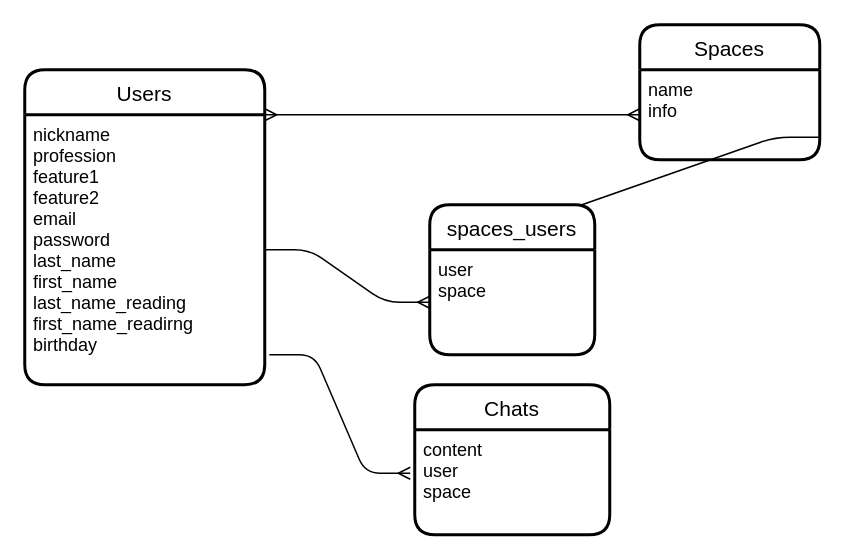
Above: entity-relation.dio in tomohiro441/make_space_for_u (draw.io), before the change. Source tidied: cells renumbered, new cells numbered last; positions are measured from the earlier drawing's top-left corner, leaving out a move shared by most shapes. Both pictures are drawn from the tidied source at 150%, with x=0, y=0 at pixel (24, 24).
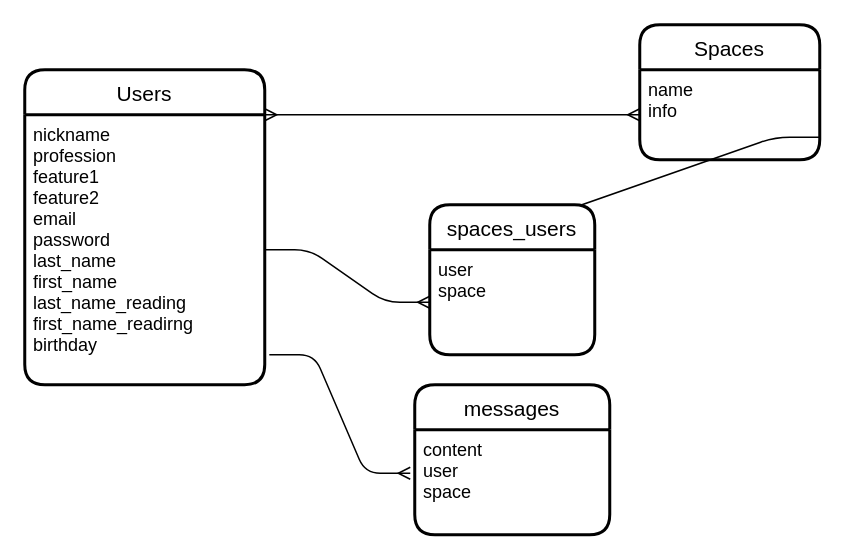
The same page after the edit.

Change to the diagram source:
```diff
@@
 <mxGraphModel>
   <root>
     <mxCell id="0" />
     <mxCell id="1" parent="0" />
     <mxCell id="2" value="Users" style="swimlane;horizontal=1;startSize=30;rounded=1;fontSize=14;fontStyle=0;strokeWidth=2;shadow=0;dashed=0;align=center;" parent="1" vertex="1">
       <mxGeometry y="30" width="160" height="210" as="geometry" />
     </mxCell>
     <mxCell id="3" value="nickname&#10;profession&#10;feature1&#10;feature2&#10;email&#10;password&#10;last_name&#10;first_name&#10;last_name_reading&#10;first_name_readirng&#10;birthday" style="align=left;strokeColor=none;fillColor=none;spacingLeft=4;fontSize=12;verticalAlign=top;" parent="2" vertex="1">
       <mxGeometry y="30" width="160" height="180" as="geometry" />
     </mxCell>
     <mxCell id="4" style="edgeStyle=entityRelationEdgeStyle;fontSize=12;html=1;endArrow=ERmany;startArrow=ERmany;exitX=1;exitY=0;exitDx=0;exitDy=0;entryX=0;entryY=0.5;entryDx=0;entryDy=0;" parent="1" edge="1" source="3" target="14">
       <mxGeometry relative="1" as="geometry" />
     </mxCell>
     <mxCell id="5" style="edgeStyle=entityRelationEdgeStyle;fontSize=12;html=1;endArrow=ERmany;exitX=1.019;exitY=0.889;exitDx=0;exitDy=0;exitPerimeter=0;entryX=-0.023;entryY=0.414;entryDx=0;entryDy=0;entryPerimeter=0;" parent="1" edge="1" source="3" target="9">
       <mxGeometry relative="1" as="geometry" />
     </mxCell>
     <mxCell id="6" style="edgeStyle=entityRelationEdgeStyle;fontSize=12;html=1;endArrow=ERmany;exitX=1;exitY=0.5;exitDx=0;exitDy=0;entryX=0;entryY=0.5;entryDx=0;entryDy=0;" parent="1" edge="1" source="3" target="12">
       <mxGeometry relative="1" as="geometry" />
     </mxCell>
     <mxCell id="7" style="edgeStyle=entityRelationEdgeStyle;fontSize=12;html=1;endArrow=ERmany;exitX=1;exitY=0.75;exitDx=0;exitDy=0;entryX=0;entryY=0.25;entryDx=0;entryDy=0;" parent="1" edge="1" source="14" target="11">
       <mxGeometry relative="1" as="geometry" />
     </mxCell>
-    <mxCell id="8" value="Chats" style="swimlane;horizontal=1;startSize=30;rounded=1;fontSize=14;fontStyle=0;strokeWidth=2;shadow=0;dashed=0;align=center;" parent="1" vertex="1">
+    <mxCell id="8" value="messages" style="swimlane;horizontal=1;startSize=30;rounded=1;fontSize=14;fontStyle=0;strokeWidth=2;shadow=0;dashed=0;align=center;" parent="1" vertex="1">
       <mxGeometry x="260" y="240" width="130" height="100" as="geometry" />
     </mxCell>
     <mxCell id="9" value="content&#10;user&#10;space" style="align=left;strokeColor=none;fillColor=none;spacingLeft=4;fontSize=12;verticalAlign=top;" parent="8" vertex="1">
       <mxGeometry y="30" width="130" height="70" as="geometry" />
     </mxCell>
     <mxCell id="10" style="edgeStyle=orthogonalEdgeStyle;rounded=0;jettySize=auto;html=1;" parent="8" edge="1" target="9">
       <mxGeometry relative="1" as="geometry">
         <mxPoint x="65" y="100" as="sourcePoint" />
         <Array as="points">
           <mxPoint x="70" y="100" />
           <mxPoint x="70" y="100" />
         </Array>
       </mxGeometry>
     </mxCell>
     <mxCell id="11" value="spaces_users" style="swimlane;horizontal=1;startSize=30;rounded=1;fontSize=14;fontStyle=0;strokeWidth=2;shadow=0;dashed=0;align=center;" parent="1" vertex="1">
       <mxGeometry x="270" y="120" width="110" height="100" as="geometry" />
     </mxCell>
     <mxCell id="12" value="user&#10;space" style="align=left;strokeColor=none;fillColor=none;spacingLeft=4;fontSize=12;verticalAlign=top;" parent="11" vertex="1">
       <mxGeometry y="30" width="110" height="70" as="geometry" />
     </mxCell>
     <mxCell id="13" value="Spaces" style="swimlane;horizontal=1;startSize=30;rounded=1;fontSize=14;fontStyle=0;strokeWidth=2;shadow=0;dashed=0;align=center;" parent="1" vertex="1">
       <mxGeometry x="410" width="120" height="90" as="geometry" />
     </mxCell>
     <mxCell id="14" value="name&#10;info" style="align=left;strokeColor=none;fillColor=none;spacingLeft=4;fontSize=12;verticalAlign=top;" parent="13" vertex="1">
       <mxGeometry y="30" width="120" height="60" as="geometry" />
     </mxCell>
     <mxCell id="15" style="edgeStyle=orthogonalEdgeStyle;rounded=0;orthogonalLoop=1;jettySize=auto;html=1;exitX=0.5;exitY=1;exitDx=0;exitDy=0;" parent="13" edge="1" source="14" target="14">
       <mxGeometry relative="1" as="geometry" />
     </mxCell>
   </root>
 </mxGraphModel>
```
